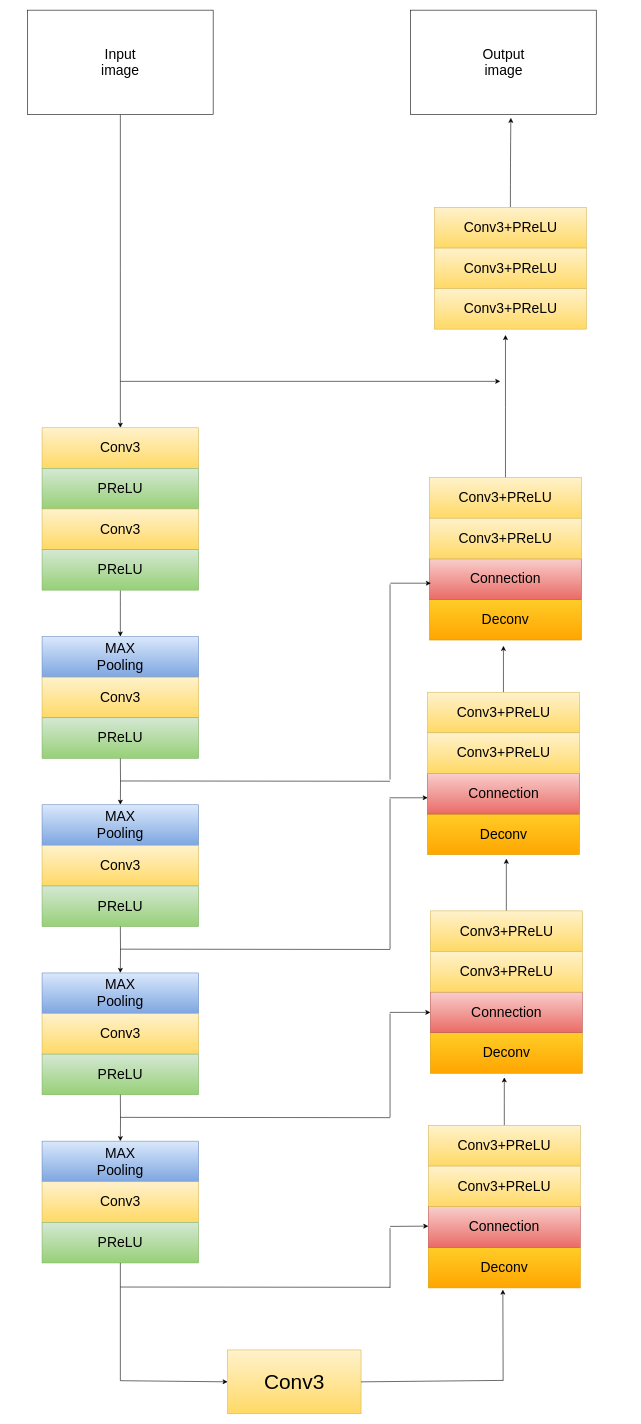
The draw.io diagram 1-5.drawio in ARSwhut/ARSWhut.github.io, before the edit. Source tidied: cells renumbered, new cells numbered last; positions are measured from the earlier drawing's top-left corner, leaving out a move shared by most shapes. Both pictures are drawn from the tidied source at 58%, with x=0, y=0 at pixel (27, 10).
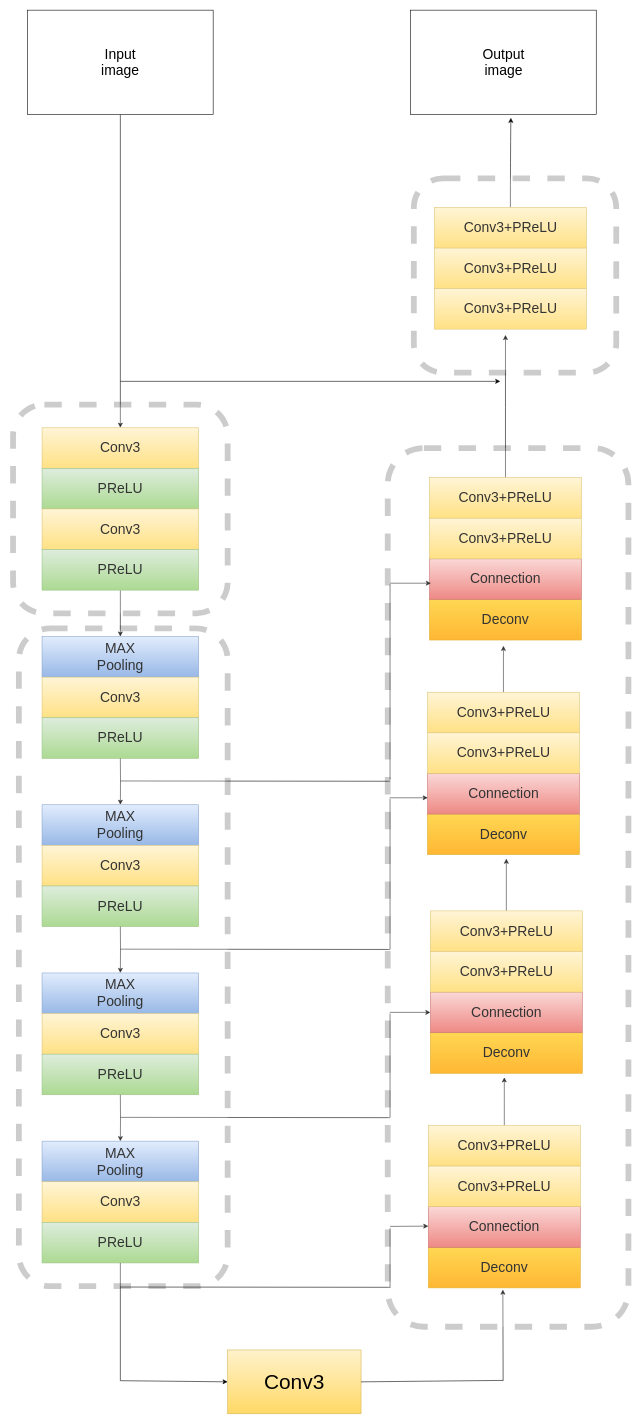
The same page after the edit.

What changed in the source:
```diff
@@
+    <mxCell id="67" style="rounded=1;whiteSpace=wrap;html=1;dashed=1;opacity=20;strokeWidth=10;" parent="1" vertex="1">
+      <mxGeometry x="-25" y="680" width="370" height="360" as="geometry" />
+    </mxCell>
+    <mxCell id="68" style="rounded=1;whiteSpace=wrap;html=1;dashed=1;opacity=20;strokeWidth=10;" parent="1" vertex="1">
+      <mxGeometry x="-15" y="1066" width="360" height="1134" as="geometry" />
+    </mxCell>
+    <mxCell id="69" style="rounded=1;whiteSpace=wrap;html=1;dashed=1;opacity=20;strokeWidth=10;" parent="1" vertex="1">
+      <mxGeometry x="621" y="755" width="415" height="1515" as="geometry" />
+    </mxCell>
+    <mxCell id="70" style="rounded=1;whiteSpace=wrap;html=1;dashed=1;opacity=20;strokeWidth=10;" parent="1" vertex="1">
+      <mxGeometry x="666" y="290" width="349" height="335" as="geometry" />
+    </mxCell>
```
